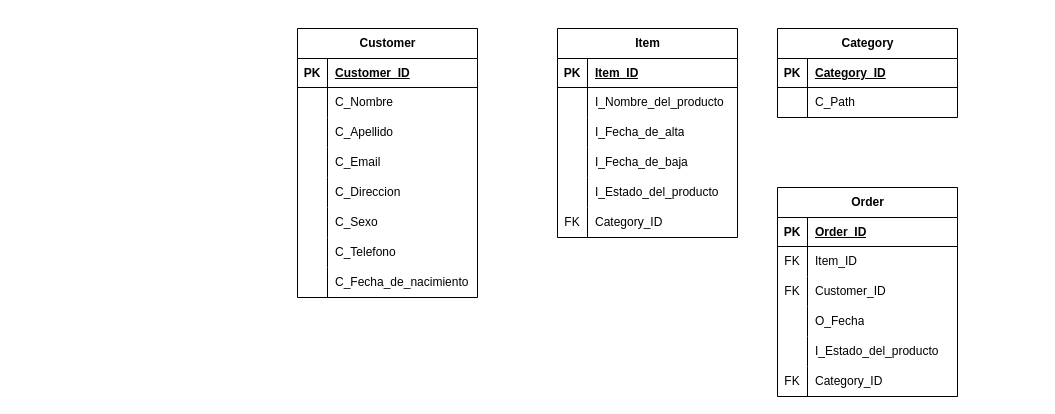
francomarmili/DataBootcamp keeps this draw.io diagram as Untitled Diagram.drawio. Above is the earlier version. Source tidied: cells renumbered, new cells numbered last; positions are measured from the earlier drawing's top-left corner, leaving out a move shared by most shapes. Both pictures are drawn from the tidied source at 100%, with x=0, y=0 at pixel (297, 28).
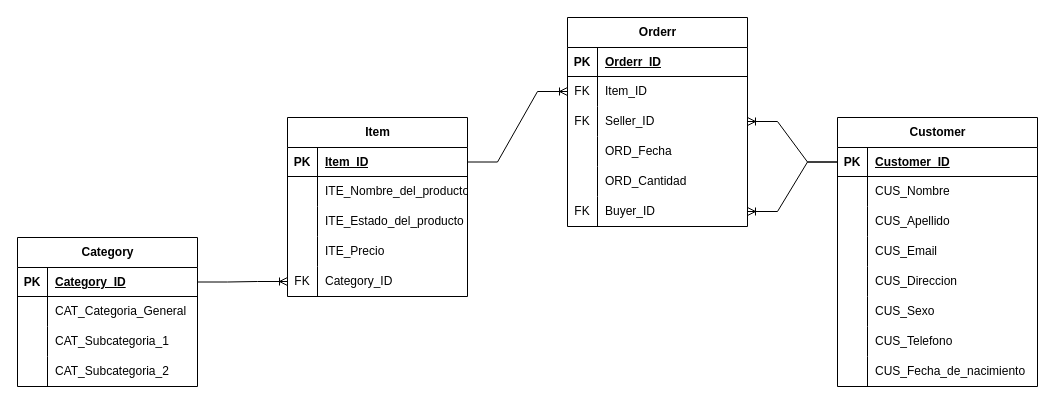
Above is the later version.

The change refers to these unchanged cells:
```xml
<mxCell id="28" style="shape=tableRow;horizontal=0;startSize=0;swimlaneHead=0;swimlaneBody=0;fillColor=none;points=[[0,0.5],[1,0.5]];portConstraint=eastwest;top=0;left=0;right=0;bottom=1;" parent="27" vertex="1">
  <mxGeometry y="30" width="180" height="29" as="geometry" />
</mxCell>
<mxCell id="31" style="shape=tableRow;horizontal=0;startSize=0;swimlaneHead=0;swimlaneBody=0;fillColor=none;top=0;left=0;right=0;bottom=0;" parent="27" vertex="1">
  <mxGeometry y="59" width="180" height="30" as="geometry" />
</mxCell>
<mxCell id="34" style="shape=tableRow;horizontal=0;startSize=0;swimlaneHead=0;swimlaneBody=0;fillColor=none;top=0;left=0;right=0;bottom=0;" parent="27" vertex="1">
  <mxGeometry y="89" width="180" height="30" as="geometry" />
</mxCell>
<mxCell id="47" style="shape=tableRow;horizontal=0;startSize=0;swimlaneHead=0;swimlaneBody=0;fillColor=none;points=[[0,0.5],[1,0.5]];portConstraint=eastwest;top=0;left=0;right=0;bottom=1;" parent="46" vertex="1">
  <mxGeometry y="30" width="180" height="29" as="geometry" />
</mxCell>
<mxCell id="50" style="shape=tableRow;horizontal=0;startSize=0;swimlaneHead=0;swimlaneBody=0;fillColor=none;top=0;left=0;right=0;bottom=0;" parent="46" vertex="1">
  <mxGeometry y="59" width="180" height="30" as="geometry" />
</mxCell>
<mxCell id="54" style="shape=tableRow;horizontal=0;startSize=0;swimlaneHead=0;swimlaneBody=0;fillColor=none;top=0;left=0;right=0;bottom=1;" parent="53" vertex="1">
  <mxGeometry y="30" width="180" height="29" as="geometry" />
</mxCell>
<mxCell id="57" style="shape=tableRow;horizontal=0;startSize=0;swimlaneHead=0;swimlaneBody=0;fillColor=none;points=[[0,0.5],[1,0.5]];portConstraint=eastwest;top=0;left=0;right=0;bottom=0;" parent="53" vertex="1">
  <mxGeometry y="59" width="180" height="30" as="geometry" />
</mxCell>
<mxCell id="60" style="shape=tableRow;horizontal=0;startSize=0;swimlaneHead=0;swimlaneBody=0;fillColor=none;points=[[0,0.5],[1,0.5]];portConstraint=eastwest;top=0;left=0;right=0;bottom=0;" parent="53" vertex="1">
  <mxGeometry y="89" width="180" height="30" as="geometry" />
</mxCell>
<mxCell id="63" style="shape=tableRow;horizontal=0;startSize=0;swimlaneHead=0;swimlaneBody=0;fillColor=none;top=0;left=0;right=0;bottom=0;" parent="53" vertex="1">
  <mxGeometry y="119" width="180" height="30" as="geometry" />
</mxCell>
<mxCell id="66" style="shape=tableRow;horizontal=0;startSize=0;swimlaneHead=0;swimlaneBody=0;fillColor=none;top=0;left=0;right=0;bottom=0;" parent="53" vertex="1">
  <mxGeometry y="149" width="180" height="30" as="geometry" />
</mxCell>
<mxCell id="69" style="shape=tableRow;horizontal=0;startSize=0;swimlaneHead=0;swimlaneBody=0;fillColor=none;points=[[0,0.5],[1,0.5]];portConstraint=eastwest;top=0;left=0;right=0;bottom=0;" parent="53" vertex="1">
  <mxGeometry y="179" width="180" height="30" as="geometry" />
</mxCell>
```

What changed in the source:
```diff
@@
     <mxCell id="2" value="Customer" style="shape=table;startSize=30;childLayout=tableLayout;rowLines=0;fontStyle=1;align=center;html=1;" parent="1" vertex="1">
-      <mxGeometry width="180" height="269" as="geometry" />
+      <mxGeometry x="540" y="89" width="200" height="269" as="geometry" />
     </mxCell>
     <mxCell id="3" style="shape=tableRow;horizontal=0;startSize=0;swimlaneHead=0;swimlaneBody=0;fillColor=none;points=[[0,0.5],[1,0.5]];portConstraint=eastwest;top=0;left=0;right=0;bottom=1;" parent="2" vertex="1">
-      <mxGeometry y="30" width="180" height="29" as="geometry" />
+      <mxGeometry y="30" width="200" height="29" as="geometry" />
     </mxCell>
@@
     <mxCell id="5" value="Customer_ID" style="shape=partialRectangle;fillColor=none;top=0;left=0;bottom=0;right=0;align=left;spacingLeft=6;fontStyle=5;overflow=hidden;whiteSpace=wrap;html=1;" parent="3" vertex="1">
-      <mxGeometry x="30" width="150" height="29" as="geometry" />
+      <mxGeometry x="30" width="170" height="29" as="geometry" />
     </mxCell>
     <mxCell id="6" style="shape=tableRow;horizontal=0;startSize=0;swimlaneHead=0;swimlaneBody=0;fillColor=none;top=0;left=0;right=0;bottom=0;" parent="2" vertex="1">
-      <mxGeometry y="59" width="180" height="30" as="geometry" />
+      <mxGeometry y="59" width="200" height="30" as="geometry" />
     </mxCell>
@@
-    <mxCell id="8" value="C_Nombre" style="shape=partialRectangle;fillColor=none;top=0;left=0;bottom=0;right=0;align=left;spacingLeft=6;overflow=hidden;whiteSpace=wrap;html=1;" parent="6" vertex="1">
-      <mxGeometry x="30" width="150" height="30" as="geometry" />
+    <mxCell id="8" value="CUS_Nombre" style="shape=partialRectangle;fillColor=none;top=0;left=0;bottom=0;right=0;align=left;spacingLeft=6;overflow=hidden;whiteSpace=wrap;html=1;" parent="6" vertex="1">
+      <mxGeometry x="30" width="170" height="30" as="geometry" />
     </mxCell>
     <mxCell id="9" style="shape=tableRow;horizontal=0;startSize=0;swimlaneHead=0;swimlaneBody=0;fillColor=none;top=0;left=0;right=0;bottom=0;" parent="2" vertex="1">
-      <mxGeometry y="89" width="180" height="30" as="geometry" />
+      <mxGeometry y="89" width="200" height="30" as="geometry" />
     </mxCell>
@@
-    <mxCell id="11" value="C_Apellido" style="shape=partialRectangle;fillColor=none;top=0;left=0;bottom=0;right=0;align=left;spacingLeft=6;overflow=hidden;whiteSpace=wrap;html=1;" parent="9" vertex="1">
-      <mxGeometry x="30" width="150" height="30" as="geometry" />
+    <mxCell id="11" value="CUS_Apellido" style="shape=partialRectangle;fillColor=none;top=0;left=0;bottom=0;right=0;align=left;spacingLeft=6;overflow=hidden;whiteSpace=wrap;html=1;" parent="9" vertex="1">
+      <mxGeometry x="30" width="170" height="30" as="geometry" />
     </mxCell>
     <mxCell id="12" style="shape=tableRow;horizontal=0;startSize=0;swimlaneHead=0;swimlaneBody=0;fillColor=none;top=0;left=0;right=0;bottom=0;" parent="2" vertex="1">
-      <mxGeometry y="119" width="180" height="30" as="geometry" />
+      <mxGeometry y="119" width="200" height="30" as="geometry" />
     </mxCell>
@@
-    <mxCell id="14" value="C_Email" style="shape=partialRectangle;fillColor=none;top=0;left=0;bottom=0;right=0;align=left;spacingLeft=6;overflow=hidden;whiteSpace=wrap;html=1;" parent="12" vertex="1">
-      <mxGeometry x="30" width="150" height="30" as="geometry" />
+    <mxCell id="14" value="CUS_Email" style="shape=partialRectangle;fillColor=none;top=0;left=0;bottom=0;right=0;align=left;spacingLeft=6;overflow=hidden;whiteSpace=wrap;html=1;" parent="12" vertex="1">
+      <mxGeometry x="30" width="170" height="30" as="geometry" />
     </mxCell>
     <mxCell id="15" style="shape=tableRow;horizontal=0;startSize=0;swimlaneHead=0;swimlaneBody=0;fillColor=none;top=0;left=0;right=0;bottom=0;" parent="2" vertex="1">
-      <mxGeometry y="149" width="180" height="30" as="geometry" />
+      <mxGeometry y="149" width="200" height="30" as="geometry" />
     </mxCell>
@@
-    <mxCell id="17" value="C_Direccion" style="shape=partialRectangle;fillColor=none;top=0;left=0;bottom=0;right=0;align=left;spacingLeft=6;overflow=hidden;whiteSpace=wrap;html=1;" parent="15" vertex="1">
-      <mxGeometry x="30" width="150" height="30" as="geometry" />
+    <mxCell id="17" value="CUS_Direccion" style="shape=partialRectangle;fillColor=none;top=0;left=0;bottom=0;right=0;align=left;spacingLeft=6;overflow=hidden;whiteSpace=wrap;html=1;" parent="15" vertex="1">
+      <mxGeometry x="30" width="170" height="30" as="geometry" />
     </mxCell>
     <mxCell id="18" style="shape=tableRow;horizontal=0;startSize=0;swimlaneHead=0;swimlaneBody=0;fillColor=none;top=0;left=0;right=0;bottom=0;" parent="2" vertex="1">
-      <mxGeometry y="179" width="180" height="30" as="geometry" />
+      <mxGeometry y="179" width="200" height="30" as="geometry" />
     </mxCell>
@@
-    <mxCell id="20" value="C_Sexo" style="shape=partialRectangle;fillColor=none;top=0;left=0;bottom=0;right=0;align=left;spacingLeft=6;overflow=hidden;whiteSpace=wrap;html=1;" parent="18" vertex="1">
-      <mxGeometry x="30" width="150" height="30" as="geometry" />
+    <mxCell id="20" value="CUS_Sexo" style="shape=partialRectangle;fillColor=none;top=0;left=0;bottom=0;right=0;align=left;spacingLeft=6;overflow=hidden;whiteSpace=wrap;html=1;" parent="18" vertex="1">
+      <mxGeometry x="30" width="170" height="30" as="geometry" />
     </mxCell>
     <mxCell id="21" style="shape=tableRow;horizontal=0;startSize=0;swimlaneHead=0;swimlaneBody=0;fillColor=none;top=0;left=0;right=0;bottom=0;" parent="2" vertex="1">
-      <mxGeometry y="209" width="180" height="30" as="geometry" />
+      <mxGeometry y="209" width="200" height="30" as="geometry" />
     </mxCell>
@@
-    <mxCell id="23" value="C_Telefono" style="shape=partialRectangle;fillColor=none;top=0;left=0;bottom=0;right=0;align=left;spacingLeft=6;overflow=hidden;whiteSpace=wrap;html=1;" parent="21" vertex="1">
-      <mxGeometry x="30" width="150" height="30" as="geometry" />
+    <mxCell id="23" value="CUS_Telefono" style="shape=partialRectangle;fillColor=none;top=0;left=0;bottom=0;right=0;align=left;spacingLeft=6;overflow=hidden;whiteSpace=wrap;html=1;" parent="21" vertex="1">
+      <mxGeometry x="30" width="170" height="30" as="geometry" />
     </mxCell>
     <mxCell id="24" style="shape=tableRow;horizontal=0;startSize=0;swimlaneHead=0;swimlaneBody=0;fillColor=none;top=0;left=0;right=0;bottom=0;" parent="2" vertex="1">
-      <mxGeometry y="239" width="180" height="30" as="geometry" />
+      <mxGeometry y="239" width="200" height="30" as="geometry" />
     </mxCell>
@@
-    <mxCell id="26" value="C_Fecha_de_nacimiento" style="shape=partialRectangle;fillColor=none;top=0;left=0;bottom=0;right=0;align=left;spacingLeft=6;overflow=hidden;whiteSpace=wrap;html=1;" parent="24" vertex="1">
-      <mxGeometry x="30" width="150" height="30" as="geometry" />
+    <mxCell id="26" value="CUS_Fecha_de_nacimiento" style="shape=partialRectangle;fillColor=none;top=0;left=0;bottom=0;right=0;align=left;spacingLeft=6;overflow=hidden;whiteSpace=wrap;html=1;" parent="24" vertex="1">
+      <mxGeometry x="30" width="170" height="30" as="geometry" />
     </mxCell>
     <mxCell id="27" value="Item" style="shape=table;startSize=30;childLayout=tableLayout;rowLines=0;fontStyle=1;align=center;html=1;" parent="1" vertex="1">
-      <mxGeometry x="260" width="180" height="209" as="geometry" />
+      <mxGeometry x="-10" y="89" width="180" height="179" as="geometry" />
     </mxCell>
@@
-    <mxCell id="33" value="I_Nombre_del_producto" style="shape=partialRectangle;fillColor=none;top=0;left=0;bottom=0;right=0;align=left;spacingLeft=6;overflow=hidden;whiteSpace=wrap;html=1;" parent="31" vertex="1">
+    <mxCell id="33" value="ITE_Nombre_del_producto" style="shape=partialRectangle;fillColor=none;top=0;left=0;bottom=0;right=0;align=left;spacingLeft=6;overflow=hidden;whiteSpace=wrap;html=1;" parent="31" vertex="1">
       <mxGeometry x="30" width="150" height="30" as="geometry" />
     </mxCell>
@@
-    <mxCell id="36" value="I_Fecha_de_alta" style="shape=partialRectangle;fillColor=none;top=0;left=0;bottom=0;right=0;align=left;spacingLeft=6;overflow=hidden;whiteSpace=wrap;html=1;" parent="34" vertex="1">
+    <mxCell id="36" value="ITE_Estado_del_producto" style="shape=partialRectangle;fillColor=none;top=0;left=0;bottom=0;right=0;align=left;spacingLeft=6;overflow=hidden;whiteSpace=wrap;html=1;" parent="34" vertex="1">
       <mxGeometry x="30" width="150" height="30" as="geometry" />
     </mxCell>
-    <mxCell id="37" style="shape=tableRow;horizontal=0;startSize=0;swimlaneHead=0;swimlaneBody=0;fillColor=none;top=0;left=0;right=0;bottom=0;" parent="27" vertex="1">
-      <mxGeometry y="119" width="180" height="30" as="geometry" />
-    </mxCell>
-    <mxCell id="38" style="shape=partialRectangle;fillColor=none;top=0;left=0;bottom=0;right=0;overflow=hidden;whiteSpace=wrap;html=1;" parent="37" vertex="1">
-      <mxGeometry width="30" height="30" as="geometry" />
-    </mxCell>
-    <mxCell id="39" value="I_Fecha_de_baja" style="shape=partialRectangle;fillColor=none;top=0;left=0;bottom=0;right=0;align=left;spacingLeft=6;overflow=hidden;whiteSpace=wrap;html=1;" parent="37" vertex="1">
-      <mxGeometry x="30" width="150" height="30" as="geometry" />
-    </mxCell>
     <mxCell id="40" style="shape=tableRow;horizontal=0;startSize=0;swimlaneHead=0;swimlaneBody=0;fillColor=none;top=0;left=0;right=0;bottom=0;" parent="27" vertex="1">
-      <mxGeometry y="149" width="180" height="30" as="geometry" />
+      <mxGeometry y="119" width="180" height="30" as="geometry" />
     </mxCell>
@@
-    <mxCell id="42" value="I_Estado_del_producto" style="shape=partialRectangle;fillColor=none;top=0;left=0;bottom=0;right=0;align=left;spacingLeft=6;overflow=hidden;whiteSpace=wrap;html=1;" parent="40" vertex="1">
+    <mxCell id="42" value="ITE_Precio" style="shape=partialRectangle;fillColor=none;top=0;left=0;bottom=0;right=0;align=left;spacingLeft=6;overflow=hidden;whiteSpace=wrap;html=1;" parent="40" vertex="1">
       <mxGeometry x="30" width="150" height="30" as="geometry" />
     </mxCell>
     <mxCell id="43" style="shape=tableRow;horizontal=0;startSize=0;swimlaneHead=0;swimlaneBody=0;fillColor=none;points=[[0,0.5],[1,0.5]];portConstraint=eastwest;top=0;left=0;right=0;bottom=0;" parent="27" vertex="1">
-      <mxGeometry y="179" width="180" height="30" as="geometry" />
+      <mxGeometry y="149" width="180" height="30" as="geometry" />
     </mxCell>
@@
     <mxCell id="46" value="Category" style="shape=table;startSize=30;childLayout=tableLayout;rowLines=0;fontStyle=1;align=center;html=1;" parent="1" vertex="1">
-      <mxGeometry x="480" width="180" height="89" as="geometry" />
+      <mxGeometry x="-280" y="209" width="180" height="149" as="geometry" />
     </mxCell>
@@
-    <mxCell id="52" value="C_Path" style="shape=partialRectangle;fillColor=none;top=0;left=0;bottom=0;right=0;align=left;spacingLeft=6;overflow=hidden;whiteSpace=wrap;html=1;" parent="50" vertex="1">
+    <mxCell id="52" value="CAT_Categoria_General" style="shape=partialRectangle;fillColor=none;top=0;left=0;bottom=0;right=0;align=left;spacingLeft=6;overflow=hidden;whiteSpace=wrap;html=1;" parent="50" vertex="1">
       <mxGeometry x="30" width="150" height="30" as="geometry" />
     </mxCell>
+    <mxCell id="72" style="shape=tableRow;horizontal=0;startSize=0;swimlaneHead=0;swimlaneBody=0;fillColor=none;top=0;left=0;right=0;bottom=0;" parent="46" vertex="1">
+      <mxGeometry y="89" width="180" height="30" as="geometry" />
+    </mxCell>
+    <mxCell id="73" style="shape=partialRectangle;fillColor=none;top=0;left=0;bottom=0;right=0;overflow=hidden;whiteSpace=wrap;html=1;" parent="72" vertex="1">
+      <mxGeometry width="30" height="30" as="geometry" />
+    </mxCell>
+    <mxCell id="74" value="CAT_Subcategoria_1" style="shape=partialRectangle;fillColor=none;top=0;left=0;bottom=0;right=0;align=left;spacingLeft=6;overflow=hidden;whiteSpace=wrap;html=1;" parent="72" vertex="1">
+      <mxGeometry x="30" width="150" height="30" as="geometry" />
+    </mxCell>
+    <mxCell id="37" style="shape=tableRow;horizontal=0;startSize=0;swimlaneHead=0;swimlaneBody=0;fillColor=none;top=0;left=0;right=0;bottom=0;" parent="46" vertex="1">
+      <mxGeometry y="119" width="180" height="30" as="geometry" />
+    </mxCell>
+    <mxCell id="75" style="shape=partialRectangle;fillColor=none;top=0;left=0;bottom=0;right=0;overflow=hidden;whiteSpace=wrap;html=1;" parent="37" vertex="1">
+      <mxGeometry width="30" height="30" as="geometry" />
+    </mxCell>
+    <mxCell id="76" value="CAT_Subcategoria_2" style="shape=partialRectangle;fillColor=none;top=0;left=0;bottom=0;right=0;align=left;spacingLeft=6;overflow=hidden;whiteSpace=wrap;html=1;" parent="37" vertex="1">
+      <mxGeometry x="30" width="150" height="30" as="geometry" />
+    </mxCell>
-    <mxCell id="53" value="Order" style="shape=table;startSize=30;childLayout=tableLayout;rowLines=0;fontStyle=1;align=center;html=1;" parent="1" vertex="1">
-      <mxGeometry x="480" y="159" width="180" height="209" as="geometry" />
+    <mxCell id="53" value="Orderr" style="shape=table;startSize=30;childLayout=tableLayout;rowLines=0;fontStyle=1;align=center;html=1;" parent="1" vertex="1">
+      <mxGeometry x="270" y="-11" width="180" height="209" as="geometry" />
     </mxCell>
@@
-    <mxCell id="56" value="Order_ID" style="shape=partialRectangle;fillColor=none;top=0;left=0;bottom=0;right=0;align=left;spacingLeft=6;fontStyle=5;overflow=hidden;whiteSpace=wrap;html=1;" parent="54" vertex="1">
+    <mxCell id="56" value="Orderr_ID" style="shape=partialRectangle;fillColor=none;top=0;left=0;bottom=0;right=0;align=left;spacingLeft=6;fontStyle=5;overflow=hidden;whiteSpace=wrap;html=1;" parent="54" vertex="1">
       <mxGeometry x="30" width="150" height="29" as="geometry" />
     </mxCell>
@@
-    <mxCell id="62" value="Customer_ID" style="shape=partialRectangle;fillColor=none;top=0;left=0;bottom=0;right=0;align=left;spacingLeft=6;overflow=hidden;whiteSpace=wrap;html=1;" parent="60" vertex="1">
+    <mxCell id="62" value="Seller_ID" style="shape=partialRectangle;fillColor=none;top=0;left=0;bottom=0;right=0;align=left;spacingLeft=6;overflow=hidden;whiteSpace=wrap;html=1;" parent="60" vertex="1">
       <mxGeometry x="30" width="150" height="30" as="geometry" />
     </mxCell>
@@
-    <mxCell id="65" value="O_Fecha" style="shape=partialRectangle;fillColor=none;top=0;left=0;bottom=0;right=0;align=left;spacingLeft=6;overflow=hidden;whiteSpace=wrap;html=1;" parent="63" vertex="1">
+    <mxCell id="65" value="ORD_Fecha" style="shape=partialRectangle;fillColor=none;top=0;left=0;bottom=0;right=0;align=left;spacingLeft=6;overflow=hidden;whiteSpace=wrap;html=1;" parent="63" vertex="1">
       <mxGeometry x="30" width="150" height="30" as="geometry" />
     </mxCell>
@@
-    <mxCell id="68" value="I_Estado_del_producto" style="shape=partialRectangle;fillColor=none;top=0;left=0;bottom=0;right=0;align=left;spacingLeft=6;overflow=hidden;whiteSpace=wrap;html=1;" parent="66" vertex="1">
+    <mxCell id="68" value="ORD_Cantidad" style="shape=partialRectangle;fillColor=none;top=0;left=0;bottom=0;right=0;align=left;spacingLeft=6;overflow=hidden;whiteSpace=wrap;html=1;" parent="66" vertex="1">
       <mxGeometry x="30" width="150" height="30" as="geometry" />
     </mxCell>
@@
-    <mxCell id="71" value="Category_ID" style="shape=partialRectangle;fillColor=none;top=0;left=0;bottom=0;right=0;align=left;spacingLeft=6;overflow=hidden;whiteSpace=wrap;html=1;" parent="69" vertex="1">
-      <mxGeometry x="30" width="150" height="30" as="geometry" />
-    </mxCell>
+    <mxCell id="77" value="Buyer_ID" style="shape=partialRectangle;fillColor=none;top=0;left=0;bottom=0;right=0;align=left;spacingLeft=6;overflow=hidden;whiteSpace=wrap;html=1;" parent="69" vertex="1">
+      <mxGeometry x="30" width="150" height="30" as="geometry" />
+    </mxCell>
+    <mxCell id="78" style="edgeStyle=entityRelationEdgeStyle;fontSize=12;html=1;endArrow=ERoneToMany;rounded=0;entryX=1;entryY=0.5;entryDx=0;entryDy=0;exitX=0;exitY=0.5;exitDx=0;exitDy=0;" parent="1" edge="1" source="3" target="60">
+      <mxGeometry relative="1" as="geometry" />
+    </mxCell>
+    <mxCell id="79" style="edgeStyle=entityRelationEdgeStyle;fontSize=12;html=1;endArrow=ERoneToMany;rounded=0;entryX=0;entryY=0.5;entryDx=0;entryDy=0;exitX=1;exitY=0.5;exitDx=0;exitDy=0;" parent="1" edge="1" source="28" target="57">
+      <mxGeometry relative="1" as="geometry" />
+    </mxCell>
+    <mxCell id="80" style="edgeStyle=entityRelationEdgeStyle;fontSize=12;html=1;endArrow=ERoneToMany;rounded=0;entryX=0;entryY=0.5;entryDx=0;entryDy=0;exitX=1;exitY=0.5;exitDx=0;exitDy=0;" parent="1" edge="1" source="47" target="43">
+      <mxGeometry relative="1" as="geometry" />
+    </mxCell>
+    <mxCell id="81" style="edgeStyle=entityRelationEdgeStyle;fontSize=12;html=1;endArrow=ERoneToMany;rounded=0;entryX=1;entryY=0.5;entryDx=0;entryDy=0;exitX=0;exitY=0.5;exitDx=0;exitDy=0;" parent="1" edge="1" source="3" target="69">
+      <mxGeometry relative="1" as="geometry" />
+    </mxCell>
```
